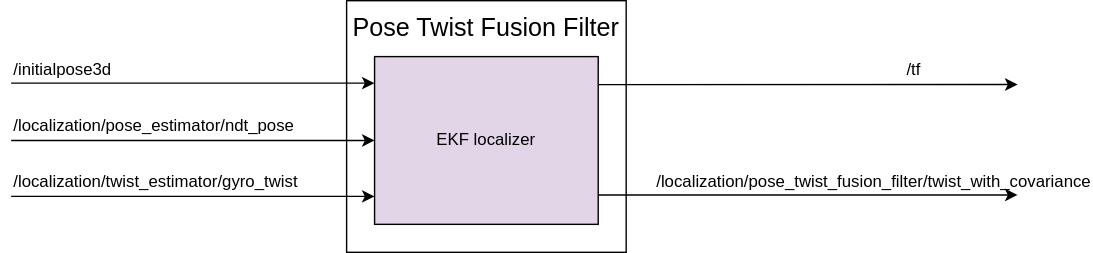
This is img/Pose_Twist_Fusion_Filter.svg from tier4/AutowareArchitectureProposal.proj, a draw.io export, as it was before one commit. Source tidied: cells renumbered, new cells last; positions are measured from the earlier drawing's top-left corner, leaving out a move shared by most shapes. Its diagram source:
```xml
<mxGraphModel>
  <root>
    <mxCell id="0" />
    <mxCell id="1" parent="0" />
    <mxCell id="2" style="rounded=0;whiteSpace=wrap;html=1;" parent="1" vertex="1">
      <mxGeometry x="240" width="200" height="180" as="geometry" />
    </mxCell>
    <mxCell id="3" style="endArrow=classic;html=1;entryX=0;entryY=0.25;entryDx=0;entryDy=0;" parent="1" edge="1">
      <mxGeometry relative="1" as="geometry">
        <mxPoint y="59" as="sourcePoint" />
        <mxPoint x="260" y="59" as="targetPoint" />
      </mxGeometry>
    </mxCell>
    <mxCell id="4" value="EKF localizer" style="text;html=1;strokeColor=#000000;fillColor=#e1d5e7;align=center;verticalAlign=middle;whiteSpace=wrap;rounded=0;" parent="1" vertex="1">
      <mxGeometry x="260" y="40" width="160" height="120" as="geometry" />
    </mxCell>
    <mxCell id="5" style="endArrow=classic;html=1;entryX=0;entryY=0.5;entryDx=0;entryDy=0;" parent="1" edge="1" target="4">
      <mxGeometry relative="1" as="geometry">
        <mxPoint y="100" as="sourcePoint" />
      </mxGeometry>
    </mxCell>
    <mxCell id="6" style="endArrow=classic;html=1;" parent="1" edge="1">
      <mxGeometry relative="1" as="geometry">
        <mxPoint y="140" as="sourcePoint" />
        <mxPoint x="260" y="140" as="targetPoint" />
      </mxGeometry>
    </mxCell>
    <mxCell id="7" value="&lt;font style=&quot;font-size: 18px&quot;&gt;Pose Twist Fusion Filter&lt;/font&gt;" style="text;html=1;strokeColor=none;fillColor=none;align=center;verticalAlign=middle;whiteSpace=wrap;rounded=0;" parent="1" vertex="1">
      <mxGeometry x="240" width="200" height="40" as="geometry" />
    </mxCell>
    <mxCell id="8" value="/initialpose3d" style="text;html=1;strokeColor=none;fillColor=none;align=left;verticalAlign=middle;whiteSpace=wrap;rounded=0;" parent="1" vertex="1">
      <mxGeometry y="40" width="80" height="20" as="geometry" />
    </mxCell>
    <mxCell id="9" value="/localization/pose_estimator/ndt_pose" style="text;html=1;strokeColor=none;fillColor=none;align=left;verticalAlign=middle;whiteSpace=wrap;rounded=0;" parent="1" vertex="1">
      <mxGeometry y="80" width="80" height="20" as="geometry" />
    </mxCell>
    <mxCell id="10" value="/localization/twist_estimator/gyro_twist" style="text;html=1;strokeColor=none;fillColor=none;align=left;verticalAlign=middle;whiteSpace=wrap;rounded=0;" parent="1" vertex="1">
      <mxGeometry y="120" width="80" height="20" as="geometry" />
    </mxCell>
    <mxCell id="11" style="endArrow=classic;html=1;exitX=1;exitY=0.167;exitDx=0;exitDy=0;exitPerimeter=0;" parent="1" edge="1" source="4">
      <mxGeometry relative="1" as="geometry">
        <mxPoint x="720" y="60" as="targetPoint" />
      </mxGeometry>
    </mxCell>
    <mxCell id="12" style="endArrow=classic;html=1;exitX=1;exitY=0.167;exitDx=0;exitDy=0;exitPerimeter=0;" parent="1" edge="1">
      <mxGeometry relative="1" as="geometry">
        <mxPoint x="420" y="139" as="sourcePoint" />
        <mxPoint x="720" y="139" as="targetPoint" />
      </mxGeometry>
    </mxCell>
    <mxCell id="13" value="/tf" style="text;html=1;strokeColor=none;fillColor=none;align=left;verticalAlign=middle;whiteSpace=wrap;rounded=0;" parent="1" vertex="1">
      <mxGeometry x="639" y="40" width="80" height="20" as="geometry" />
    </mxCell>
    <mxCell id="14" value="/localization/pose_twist_fusion_filter/twist_with_covariance" style="text;html=1;strokeColor=none;fillColor=none;align=left;verticalAlign=middle;whiteSpace=wrap;rounded=0;" parent="1" vertex="1">
      <mxGeometry x="460" y="120" width="80" height="20" as="geometry" />
    </mxCell>
  </root>
</mxGraphModel>
```
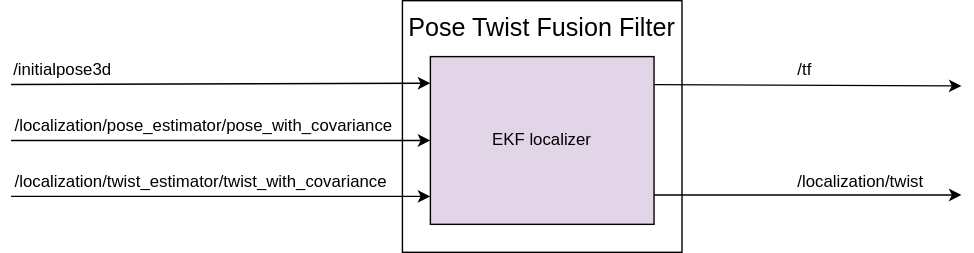
The same file after the commit.

What changed in the source:
```diff
@@ -5,9 +5,8 @@
     <mxCell id="2" style="rounded=0;whiteSpace=wrap;html=1;" parent="1" vertex="1">
       <mxGeometry x="240" width="200" height="180" as="geometry" />
     </mxCell>
-    <mxCell id="3" style="endArrow=classic;html=1;entryX=0;entryY=0.25;entryDx=0;entryDy=0;" parent="1" edge="1">
+    <mxCell id="3" style="endArrow=classic;html=1;entryX=0;entryY=0.25;entryDx=0;entryDy=0;exitX=0;exitY=1;exitDx=0;exitDy=0;" parent="1" edge="1" source="8">
       <mxGeometry relative="1" as="geometry">
-        <mxPoint y="59" as="sourcePoint" />
         <mxPoint x="260" y="59" as="targetPoint" />
       </mxGeometry>
     </mxCell>
@@ -16,12 +15,12 @@
     </mxCell>
     <mxCell id="5" style="endArrow=classic;html=1;entryX=0;entryY=0.5;entryDx=0;entryDy=0;" parent="1" edge="1" target="4">
       <mxGeometry relative="1" as="geometry">
-        <mxPoint y="100" as="sourcePoint" />
+        <mxPoint x="-40" y="100" as="sourcePoint" />
       </mxGeometry>
     </mxCell>
     <mxCell id="6" style="endArrow=classic;html=1;" parent="1" edge="1">
       <mxGeometry relative="1" as="geometry">
-        <mxPoint y="140" as="sourcePoint" />
+        <mxPoint x="-40" y="140" as="sourcePoint" />
         <mxPoint x="260" y="140" as="targetPoint" />
       </mxGeometry>
     </mxCell>
@@ -29,30 +28,30 @@
       <mxGeometry x="240" width="200" height="40" as="geometry" />
     </mxCell>
     <mxCell id="8" value="/initialpose3d" style="text;html=1;strokeColor=none;fillColor=none;align=left;verticalAlign=middle;whiteSpace=wrap;rounded=0;" parent="1" vertex="1">
-      <mxGeometry y="40" width="80" height="20" as="geometry" />
+      <mxGeometry x="-40" y="40" width="80" height="20" as="geometry" />
     </mxCell>
-    <mxCell id="9" value="/localization/pose_estimator/ndt_pose" style="text;html=1;strokeColor=none;fillColor=none;align=left;verticalAlign=middle;whiteSpace=wrap;rounded=0;" parent="1" vertex="1">
-      <mxGeometry y="80" width="80" height="20" as="geometry" />
+    <mxCell id="9" value="/localization/pose_estimator/pose_with_covariance" style="text;html=1;strokeColor=none;fillColor=none;align=left;verticalAlign=middle;whiteSpace=wrap;rounded=0;" parent="1" vertex="1">
+      <mxGeometry x="-39" y="80" width="80" height="20" as="geometry" />
     </mxCell>
-    <mxCell id="10" value="/localization/twist_estimator/gyro_twist" style="text;html=1;strokeColor=none;fillColor=none;align=left;verticalAlign=middle;whiteSpace=wrap;rounded=0;" parent="1" vertex="1">
-      <mxGeometry y="120" width="80" height="20" as="geometry" />
+    <mxCell id="10" value="/localization/twist_estimator/twist_with_covariance" style="text;html=1;strokeColor=none;fillColor=none;align=left;verticalAlign=middle;whiteSpace=wrap;rounded=0;" parent="1" vertex="1">
+      <mxGeometry x="-39" y="120" width="80" height="20" as="geometry" />
     </mxCell>
     <mxCell id="11" style="endArrow=classic;html=1;exitX=1;exitY=0.167;exitDx=0;exitDy=0;exitPerimeter=0;" parent="1" edge="1" source="4">
       <mxGeometry relative="1" as="geometry">
-        <mxPoint x="720" y="60" as="targetPoint" />
+        <mxPoint x="640" y="61" as="targetPoint" />
       </mxGeometry>
     </mxCell>
     <mxCell id="12" style="endArrow=classic;html=1;exitX=1;exitY=0.167;exitDx=0;exitDy=0;exitPerimeter=0;" parent="1" edge="1">
       <mxGeometry relative="1" as="geometry">
         <mxPoint x="420" y="139" as="sourcePoint" />
-        <mxPoint x="720" y="139" as="targetPoint" />
+        <mxPoint x="640" y="139" as="targetPoint" />
       </mxGeometry>
     </mxCell>
     <mxCell id="13" value="/tf" style="text;html=1;strokeColor=none;fillColor=none;align=left;verticalAlign=middle;whiteSpace=wrap;rounded=0;" parent="1" vertex="1">
-      <mxGeometry x="639" y="40" width="80" height="20" as="geometry" />
+      <mxGeometry x="521" y="40" width="80" height="20" as="geometry" />
     </mxCell>
-    <mxCell id="14" value="/localization/pose_twist_fusion_filter/twist_with_covariance" style="text;html=1;strokeColor=none;fillColor=none;align=left;verticalAlign=middle;whiteSpace=wrap;rounded=0;" parent="1" vertex="1">
-      <mxGeometry x="460" y="120" width="80" height="20" as="geometry" />
+    <mxCell id="14" value="/localization/twist" style="text;html=1;strokeColor=none;fillColor=none;align=left;verticalAlign=middle;whiteSpace=wrap;rounded=0;" parent="1" vertex="1">
+      <mxGeometry x="521" y="120" width="80" height="20" as="geometry" />
     </mxCell>
   </root>
 </mxGraphModel>
```
